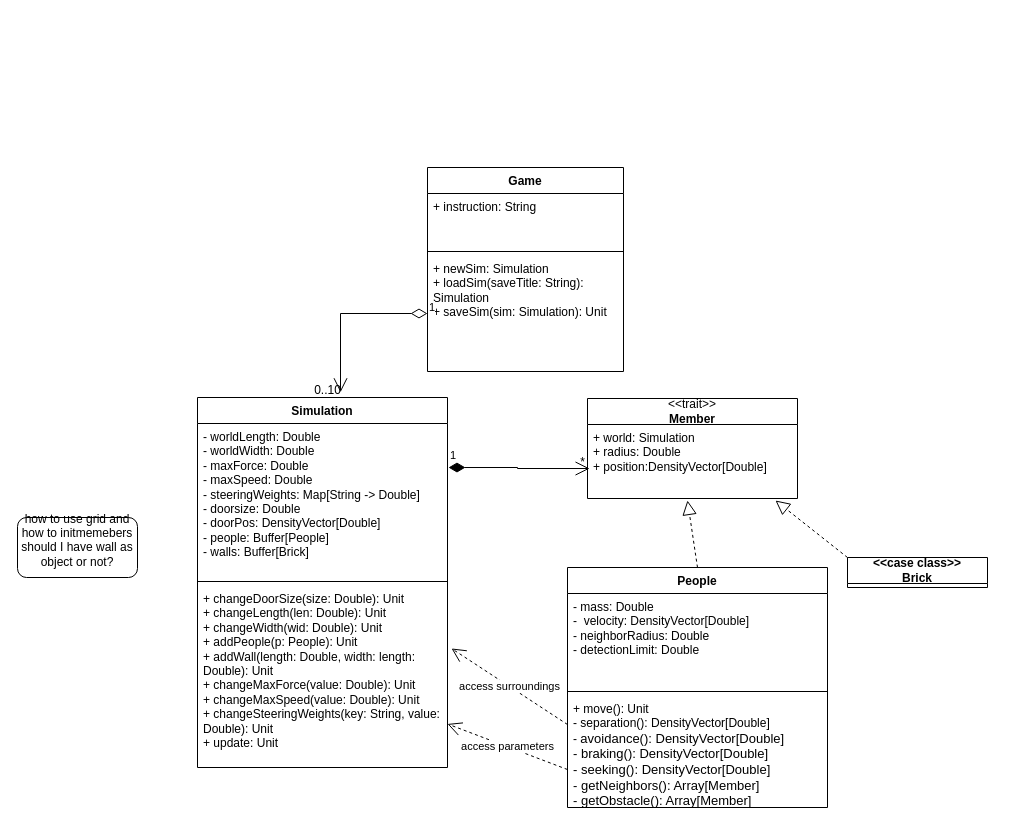
The draw.io diagram stampede.drawio in picadud/StudioA, before the edit. Source tidied: cells renumbered, new cells numbered last; positions are measured from the earlier drawing's top-left corner, leaving out a move shared by most shapes. Both pictures are drawn from the tidied source at 100%, with x=0, y=0 at pixel (17, 167).
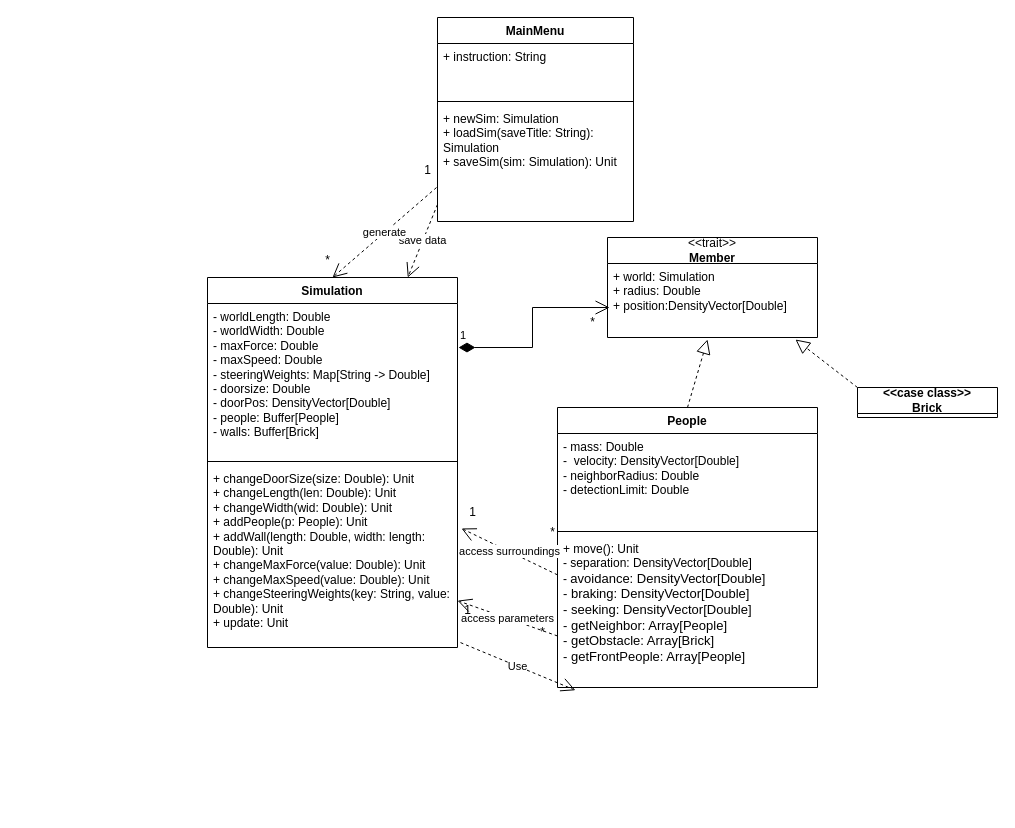
The same page after the edit.

The change refers to these unchanged cells:
```xml
<mxCell id="5" value="&lt;div&gt;+ newSim: Simulation&lt;/div&gt;&lt;div&gt;+ loadSim(saveTitle: String): Simulation&lt;br&gt;&lt;/div&gt;&lt;div&gt;+ saveSim(sim: Simulation): Unit&lt;br&gt;&lt;/div&gt;" style="text;strokeColor=none;fillColor=none;align=left;verticalAlign=top;spacingLeft=4;spacingRight=4;overflow=hidden;points=[[0,0.5],[1,0.5]];portConstraint=eastwest;whiteSpace=wrap;html=1;" parent="2" vertex="1">
  <mxGeometry y="88" width="196" height="116" as="geometry" />
</mxCell>
<mxCell id="9" value="&lt;div&gt;+ changeDoorSize(size: Double): Unit&lt;/div&gt;&lt;div&gt;+ changeLength(len: Double): Unit&lt;/div&gt;&lt;div&gt;+ changeWidth(wid: Double): Unit&lt;/div&gt;&lt;div&gt;+ addPeople(p: People): Unit&lt;/div&gt;&lt;div&gt;+ addWall(length: Double, width: length: Double): Unit&lt;/div&gt;&lt;div&gt;+ changeMaxForce(value: Double): Unit&lt;/div&gt;&lt;div&gt;+ changeMaxSpeed(value: Double): Unit&lt;/div&gt;&lt;div&gt;+ changeSteeringWeights(key: String, value: Double): Unit&lt;br&gt;&lt;/div&gt;&lt;div&gt;+ update: Unit&lt;br&gt;&lt;/div&gt;&lt;div&gt;&lt;br&gt;&lt;/div&gt;" style="text;strokeColor=none;fillColor=none;align=left;verticalAlign=top;spacingLeft=4;spacingRight=4;overflow=hidden;points=[[0,0.5],[1,0.5]];portConstraint=eastwest;whiteSpace=wrap;html=1;" parent="6" vertex="1">
  <mxGeometry y="188" width="250" height="182" as="geometry" />
</mxCell>
```

The edit, as a diff of the source:
```diff
@@
-    <mxCell id="2" value="Game" style="swimlane;fontStyle=1;align=center;verticalAlign=top;horizontal=1;startSize=26;whiteSpace=wrap;html=1;" parent="1" vertex="1">
-      <mxGeometry x="410" width="196" height="204" as="geometry" />
+    <mxCell id="2" value="MainMenu" style="swimlane;fontStyle=1;align=center;verticalAlign=top;horizontal=1;startSize=26;whiteSpace=wrap;html=1;" parent="1" vertex="1">
+      <mxGeometry x="420" y="-150" width="196" height="204" as="geometry" />
     </mxCell>
@@
     <mxCell id="6" value="Simulation" style="swimlane;fontStyle=1;align=center;verticalAlign=top;horizontal=1;startSize=26;whiteSpace=wrap;html=1;" parent="1" vertex="1">
-      <mxGeometry x="180" y="230" width="250" height="370" as="geometry" />
+      <mxGeometry x="190" y="110" width="250" height="370" as="geometry" />
     </mxCell>
@@
-    <mxCell id="10" value="&lt;div&gt;how to use grid and how to initmemebers&lt;/div&gt;&lt;div&gt;should I have wall as object or not?&lt;br&gt;&lt;/div&gt;&lt;div&gt;&lt;br&gt;&lt;/div&gt;" style="rounded=1;whiteSpace=wrap;html=1;" parent="1" vertex="1">
-      <mxGeometry y="350" width="120" height="60" as="geometry" />
-    </mxCell>
     <mxCell id="11" value="People" style="swimlane;fontStyle=1;align=center;verticalAlign=top;horizontal=1;startSize=26;whiteSpace=wrap;html=1;" parent="1" vertex="1">
-      <mxGeometry x="550" y="400" width="260" height="240" as="geometry" />
+      <mxGeometry x="540" y="240" width="260" height="280" as="geometry" />
     </mxCell>
@@
-    <mxCell id="14" value="&lt;div&gt;+ move(): Unit&lt;/div&gt;&lt;div&gt;- separation(): DensityVector[Double]&lt;/div&gt;&lt;div&gt;- &lt;font size=&quot;2&quot;&gt;avoidance(): DensityVector[Double]&lt;/font&gt;&lt;/div&gt;&lt;div&gt;&lt;font size=&quot;2&quot;&gt;- braking(): &lt;/font&gt;&lt;font size=&quot;2&quot;&gt;DensityVector[Double]&lt;/font&gt;&lt;/div&gt;&lt;div&gt;&lt;font size=&quot;2&quot;&gt;- seeking(): DensityVector[Double]&lt;/font&gt;&lt;/div&gt;&lt;div&gt;&lt;font size=&quot;2&quot;&gt;- getNeighbors(): Array[Member]&lt;/font&gt;&lt;/div&gt;&lt;div&gt;&lt;font size=&quot;2&quot;&gt;- getObstacle(): Array[Member]&lt;br&gt;&lt;/font&gt;&lt;/div&gt;&lt;div&gt;&lt;font size=&quot;2&quot;&gt;&lt;br&gt;&lt;/font&gt;&lt;/div&gt;&lt;div&gt;&lt;br&gt;&lt;/div&gt;&lt;div&gt;&lt;br&gt;&lt;/div&gt;" style="text;strokeColor=none;fillColor=none;align=left;verticalAlign=top;spacingLeft=4;spacingRight=4;overflow=hidden;points=[[0,0.5],[1,0.5]];portConstraint=eastwest;whiteSpace=wrap;html=1;" parent="11" vertex="1">
-      <mxGeometry y="128" width="260" height="112" as="geometry" />
+    <mxCell id="14" value="&lt;div&gt;+ move(): Unit&lt;/div&gt;&lt;div&gt;- separation: DensityVector[Double]&lt;/div&gt;&lt;div&gt;- &lt;font size=&quot;2&quot;&gt;avoidance: DensityVector[Double]&lt;/font&gt;&lt;/div&gt;&lt;div&gt;&lt;font size=&quot;2&quot;&gt;- braking: &lt;/font&gt;&lt;font size=&quot;2&quot;&gt;DensityVector[Double]&lt;/font&gt;&lt;/div&gt;&lt;div&gt;&lt;font size=&quot;2&quot;&gt;- seeking: DensityVector[Double]&lt;/font&gt;&lt;/div&gt;&lt;div&gt;&lt;font size=&quot;2&quot;&gt;- getNeighbor: Array[People]&lt;/font&gt;&lt;/div&gt;&lt;div&gt;&lt;font size=&quot;2&quot;&gt;- getObstacle: Array[Brick]&lt;/font&gt;&lt;/div&gt;&lt;div&gt;&lt;font size=&quot;2&quot;&gt;- getFrontPeople: Array[People]&lt;br&gt;&lt;/font&gt;&lt;/div&gt;&lt;div&gt;&lt;font size=&quot;2&quot;&gt;&lt;br&gt;&lt;/font&gt;&lt;/div&gt;&lt;div&gt;&lt;font size=&quot;2&quot;&gt;&lt;br&gt;&lt;/font&gt;&lt;/div&gt;&lt;div&gt;&lt;font size=&quot;2&quot;&gt;&lt;br&gt;&lt;/font&gt;&lt;/div&gt;&lt;div&gt;&lt;br&gt;&lt;/div&gt;&lt;div&gt;&lt;br&gt;&lt;/div&gt;" style="text;strokeColor=none;fillColor=none;align=left;verticalAlign=top;spacingLeft=4;spacingRight=4;overflow=hidden;points=[[0,0.5],[1,0.5]];portConstraint=eastwest;whiteSpace=wrap;html=1;" parent="11" vertex="1">
+      <mxGeometry y="128" width="260" height="152" as="geometry" />
     </mxCell>
     <mxCell id="15" value="&lt;div&gt;&amp;lt;&amp;lt;trait&amp;gt;&amp;gt;&lt;/div&gt;&lt;div&gt;&lt;b&gt;Member&lt;/b&gt;&lt;br&gt;&lt;/div&gt;" style="swimlane;fontStyle=0;horizontal=1;startSize=26;fillColor=none;whiteSpace=wrap;html=1;" parent="1" vertex="1">
-      <mxGeometry x="570" y="231" width="210" height="100" as="geometry" />
+      <mxGeometry x="590" y="70" width="210" height="100" as="geometry" />
     </mxCell>
@@
     <mxCell id="17" value="&lt;div&gt;&lt;b&gt;&amp;lt;&amp;lt;case class&amp;gt;&amp;gt;&lt;br&gt;&lt;/b&gt;&lt;/div&gt;&lt;div&gt;&lt;b&gt;Brick&lt;/b&gt;&lt;/div&gt;" style="swimlane;fontStyle=0;horizontal=1;startSize=26;fillColor=none;whiteSpace=wrap;html=1;" parent="1" vertex="1">
-      <mxGeometry x="830" y="390" width="140" height="30" as="geometry" />
+      <mxGeometry x="840" y="220" width="140" height="30" as="geometry" />
     </mxCell>
@@
     <mxCell id="21" value="*" style="text;html=1;align=center;verticalAlign=middle;strokeColor=none;fillColor=none;" parent="1" vertex="1">
-      <mxGeometry x="550" y="280" width="30" height="30" as="geometry" />
+      <mxGeometry x="560" y="140" width="30" height="30" as="geometry" />
     </mxCell>
@@
-    <mxCell id="24" value="1" style="endArrow=open;html=1;endSize=12;startArrow=diamondThin;startSize=14;startFill=0;edgeStyle=orthogonalEdgeStyle;align=left;verticalAlign=bottom;rounded=0;exitX=0;exitY=0.5;exitDx=0;exitDy=0;entryX=0.572;entryY=-0.014;entryDx=0;entryDy=0;entryPerimeter=0;" parent="1" edge="1" source="5" target="6">
-      <mxGeometry x="-1" y="3" relative="1" as="geometry" />
-    </mxCell>
-    <mxCell id="25" value="0..10" style="text;html=1;align=center;verticalAlign=middle;strokeColor=none;fillColor=none;" parent="1" vertex="1">
-      <mxGeometry x="285" y="208" width="50" height="30" as="geometry" />
-    </mxCell>
+    <mxCell id="26" value="save data" style="endArrow=open;endSize=12;dashed=1;html=1;rounded=0;exitX=0;exitY=0.853;exitDx=0;exitDy=0;exitPerimeter=0;" parent="1" edge="1" source="5" target="6">
+      <mxGeometry relative="1" as="geometry" />
+    </mxCell>
+    <mxCell id="27" value="generate" style="endArrow=open;endSize=12;dashed=1;html=1;rounded=0;exitX=-0.005;exitY=0.707;exitDx=0;exitDy=0;exitPerimeter=0;entryX=0.5;entryY=0;entryDx=0;entryDy=0;" parent="1" edge="1" source="5" target="6">
+      <mxGeometry relative="1" as="geometry" />
+    </mxCell>
+    <mxCell id="28" value="1" style="text;html=1;align=center;verticalAlign=middle;strokeColor=none;fillColor=none;" parent="1" vertex="1">
+      <mxGeometry x="440" y="330" width="30" height="30" as="geometry" />
+    </mxCell>
+    <mxCell id="29" value="*" style="text;html=1;align=center;verticalAlign=middle;strokeColor=none;fillColor=none;" parent="1" vertex="1">
+      <mxGeometry x="510" y="450" width="30" height="30" as="geometry" />
+    </mxCell>
+    <mxCell id="30" value="*" style="text;html=1;align=center;verticalAlign=middle;strokeColor=none;fillColor=none;" parent="1" vertex="1">
+      <mxGeometry x="520" y="350" width="30" height="30" as="geometry" />
+    </mxCell>
+    <mxCell id="31" value="1" style="text;html=1;align=center;verticalAlign=middle;strokeColor=none;fillColor=none;" parent="1" vertex="1">
+      <mxGeometry x="435" y="428" width="30" height="30" as="geometry" />
+    </mxCell>
+    <mxCell id="32" value="1" style="text;html=1;align=center;verticalAlign=middle;strokeColor=none;fillColor=none;" parent="1" vertex="1">
+      <mxGeometry x="395" y="-12" width="30" height="30" as="geometry" />
+    </mxCell>
+    <mxCell id="33" value="*" style="text;html=1;align=center;verticalAlign=middle;strokeColor=none;fillColor=none;" parent="1" vertex="1">
+      <mxGeometry x="295" y="78" width="30" height="30" as="geometry" />
+    </mxCell>
+    <mxCell id="34" value="Use" style="endArrow=open;endSize=12;dashed=1;html=1;rounded=0;exitX=1.012;exitY=0.973;exitDx=0;exitDy=0;exitPerimeter=0;entryX=0.069;entryY=1.018;entryDx=0;entryDy=0;entryPerimeter=0;" parent="1" edge="1" source="9" target="14">
+      <mxGeometry relative="1" as="geometry" />
+    </mxCell>
```
